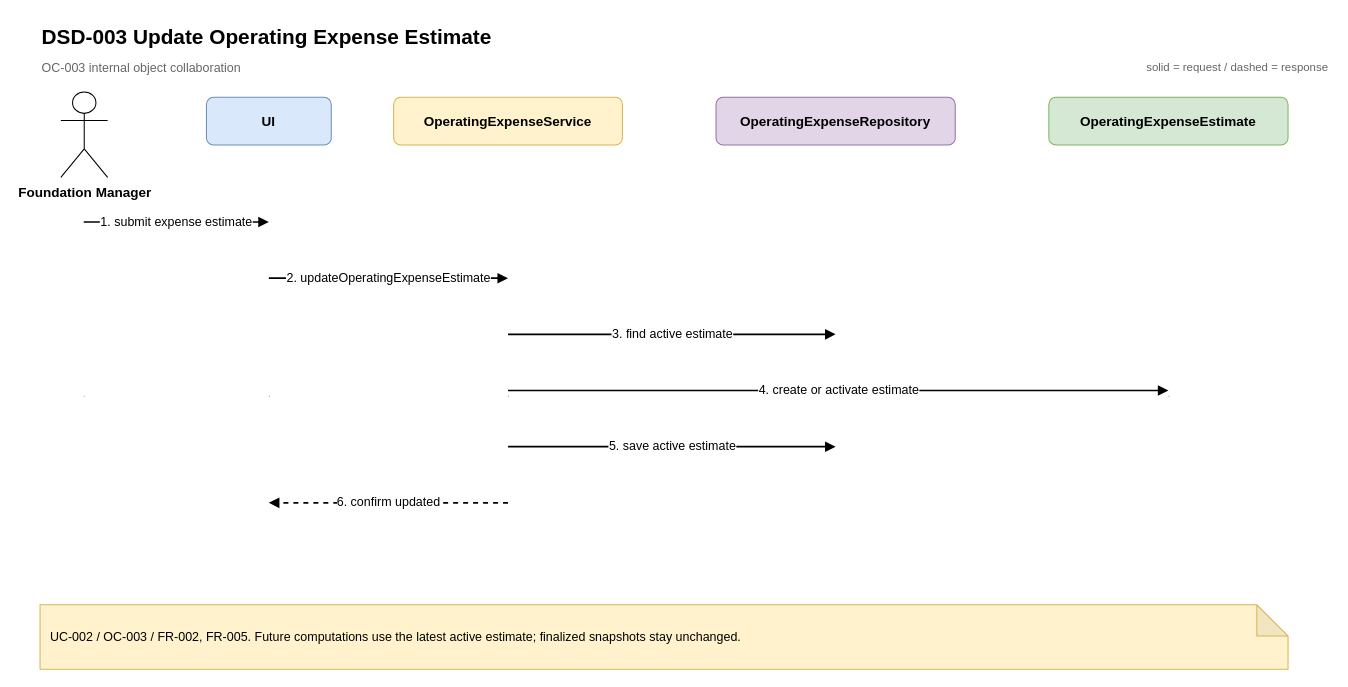
Earlier version of the draw.io diagram page "DSD-003 Update Operating Expense Estimate" (3 of 11) of docs/07-design/sequence-diagrams.drawio (snvnn/Sysad-Term-Project). Source tidied: cells renumbered, new cells numbered last; positions are measured from the earlier drawing's top-left corner, leaving out a move shared by most shapes. Both pictures are drawn from the tidied source at 104%, with x=0, y=0 at pixel (40, 18).
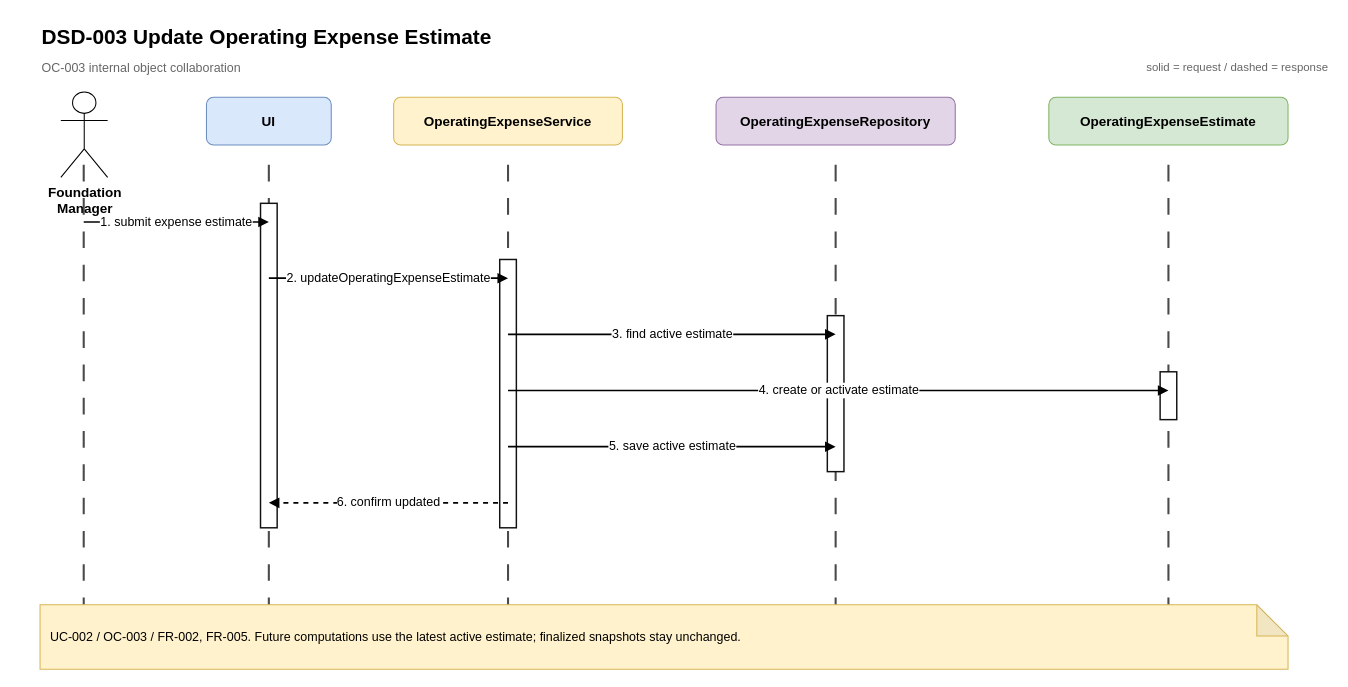
The same diagram, later.

The edit, as a diff of the source:
```diff
@@
-    <mxCell id="5" value="Foundation Manager" style="shape=umlActor;verticalLabelPosition=bottom;verticalAlign=top;html=1;fontSize=13;fontStyle=1;" parent="1" vertex="1">
+    <mxCell id="5" value="Foundation&lt;br&gt;Manager" style="shape=umlActor;verticalLabelPosition=bottom;verticalAlign=top;html=1;fontSize=13;fontStyle=1;" parent="1" vertex="1">
       <mxGeometry x="20" y="71" width="45" height="82" as="geometry" />
     </mxCell>
-    <mxCell id="6" style="shape=line;html=1;strokeColor=#999999;dashed=1;strokeWidth=1;" parent="1" vertex="1">
-      <mxGeometry x="42" y="141" width="1" height="445" as="geometry" />
+    <mxCell id="6" style="endArrow=none;html=1;rounded=0;strokeColor=#4A4A4A;dashed=1;dashPattern=8 8;strokeWidth=2;" parent="1" edge="1">
+      <mxGeometry relative="1" as="geometry">
+        <mxPoint x="42" y="141" as="sourcePoint" />
+        <mxPoint x="42" y="586" as="targetPoint" />
+      </mxGeometry>
     </mxCell>
@@
-    <mxCell id="8" style="shape=line;html=1;strokeColor=#999999;dashed=1;strokeWidth=1;" parent="1" vertex="1">
-      <mxGeometry x="220" y="141" width="1" height="445" as="geometry" />
+    <mxCell id="8" style="endArrow=none;html=1;rounded=0;strokeColor=#4A4A4A;dashed=1;dashPattern=8 8;strokeWidth=2;" parent="1" edge="1">
+      <mxGeometry relative="1" as="geometry">
+        <mxPoint x="220" y="141" as="sourcePoint" />
+        <mxPoint x="220" y="586" as="targetPoint" />
+      </mxGeometry>
     </mxCell>
@@
-    <mxCell id="10" style="shape=line;html=1;strokeColor=#999999;dashed=1;strokeWidth=1;" parent="1" vertex="1">
-      <mxGeometry x="450" y="141" width="1" height="445" as="geometry" />
+    <mxCell id="10" style="endArrow=none;html=1;rounded=0;strokeColor=#4A4A4A;dashed=1;dashPattern=8 8;strokeWidth=2;" parent="1" edge="1">
+      <mxGeometry relative="1" as="geometry">
+        <mxPoint x="450" y="141" as="sourcePoint" />
+        <mxPoint x="450" y="586" as="targetPoint" />
+      </mxGeometry>
     </mxCell>
@@
-    <mxCell id="12" style="shape=line;html=1;strokeColor=#999999;dashed=1;strokeWidth=1;" parent="1" vertex="1">
-      <mxGeometry x="765" y="141" width="1" height="445" as="geometry" />
+    <mxCell id="12" style="endArrow=none;html=1;rounded=0;strokeColor=#4A4A4A;dashed=1;dashPattern=8 8;strokeWidth=2;" parent="1" edge="1">
+      <mxGeometry relative="1" as="geometry">
+        <mxPoint x="765" y="141" as="sourcePoint" />
+        <mxPoint x="765" y="586" as="targetPoint" />
+      </mxGeometry>
     </mxCell>
@@
-    <mxCell id="14" style="shape=line;html=1;strokeColor=#999999;dashed=1;strokeWidth=1;" parent="1" vertex="1">
-      <mxGeometry x="1085" y="141" width="1" height="445" as="geometry" />
+    <mxCell id="14" style="endArrow=none;html=1;rounded=0;strokeColor=#4A4A4A;dashed=1;dashPattern=8 8;strokeWidth=2;" parent="1" edge="1">
+      <mxGeometry relative="1" as="geometry">
+        <mxPoint x="1085" y="141" as="sourcePoint" />
+        <mxPoint x="1085" y="586" as="targetPoint" />
+      </mxGeometry>
     </mxCell>
+    <mxCell id="22" style="rounded=0;whiteSpace=wrap;html=1;fillColor=#FFFFFF;strokeColor=#111111;strokeWidth=1.4;" parent="1" vertex="1">
+      <mxGeometry x="212" y="178" width="16" height="312" as="geometry" />
+    </mxCell>
+    <mxCell id="23" style="rounded=0;whiteSpace=wrap;html=1;fillColor=#FFFFFF;strokeColor=#111111;strokeWidth=1.4;" parent="1" vertex="1">
+      <mxGeometry x="442" y="232" width="16" height="258" as="geometry" />
+    </mxCell>
+    <mxCell id="24" style="rounded=0;whiteSpace=wrap;html=1;fillColor=#FFFFFF;strokeColor=#111111;strokeWidth=1.4;" parent="1" vertex="1">
+      <mxGeometry x="757" y="286" width="16" height="150" as="geometry" />
+    </mxCell>
+    <mxCell id="25" style="rounded=0;whiteSpace=wrap;html=1;fillColor=#FFFFFF;strokeColor=#111111;strokeWidth=1.4;" parent="1" vertex="1">
+      <mxGeometry x="1077" y="340" width="16" height="46" as="geometry" />
+    </mxCell>
```
